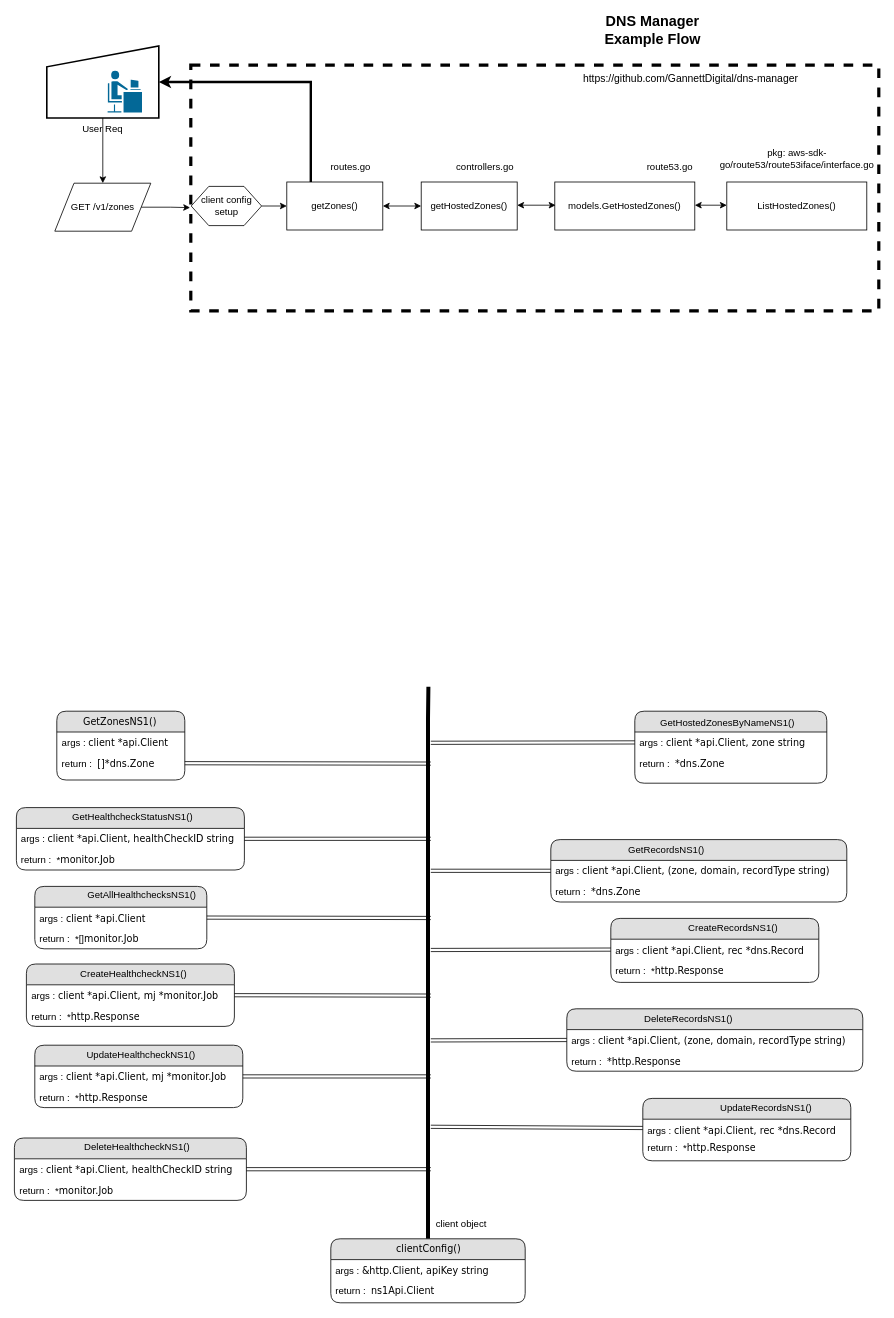
Before: dns-manager.drawio in shreyasgune/NS1-examples, a draw.io diagram. Source tidied: cells renumbered, new cells numbered last; positions are measured from the earlier drawing's top-left corner, leaving out a move shared by most shapes. Both pictures are drawn from the tidied source at 80%, with x=0, y=0 at pixel (14, 22). Pictures stored in the file or linked from it are replaced by grey dashed boxes.
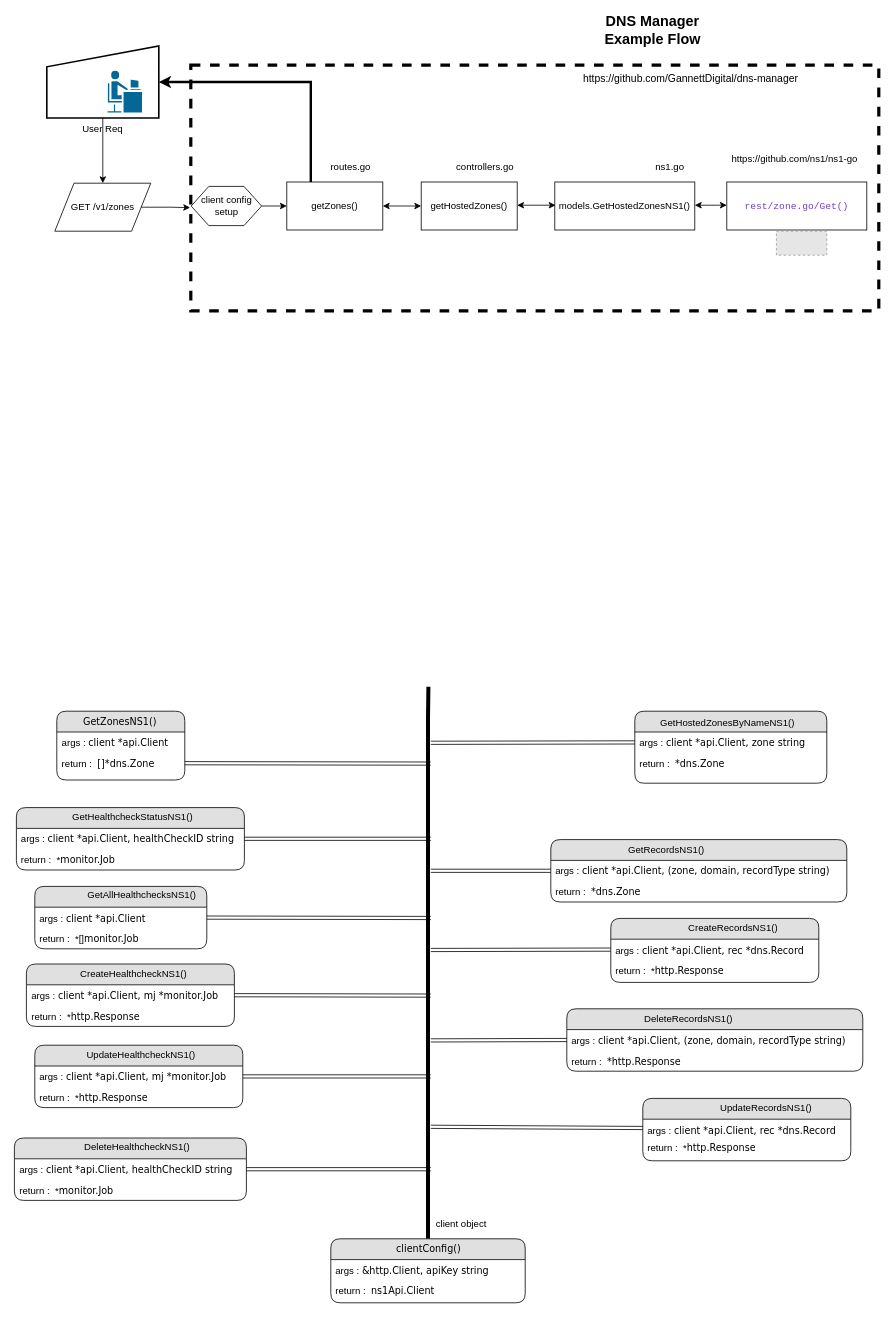
The same page after the edit.

The edit, as a diff of the source:
```diff
@@
-    <mxCell id="74" value="models.GetHostedZones()" style="rounded=0;whiteSpace=wrap;html=1;" parent="1" vertex="1">
+    <mxCell id="74" value="models.GetHostedZonesNS1()" style="rounded=0;whiteSpace=wrap;html=1;" parent="1" vertex="1">
       <mxGeometry x="675" y="199" width="175" height="60" as="geometry" />
     </mxCell>
-    <mxCell id="75" value="route53.go" style="text;html=1;strokeColor=none;fillColor=none;align=center;verticalAlign=middle;whiteSpace=wrap;rounded=0;" parent="1" vertex="1">
+    <mxCell id="75" value="ns1.go" style="text;html=1;strokeColor=none;fillColor=none;align=center;verticalAlign=middle;whiteSpace=wrap;rounded=0;" parent="1" vertex="1">
       <mxGeometry x="799" y="170" width="40" height="20" as="geometry" />
     </mxCell>
-    <mxCell id="76" value="ListHostedZones()" style="rounded=0;whiteSpace=wrap;html=1;" parent="1" vertex="1">
+    <mxCell id="76" value="&lt;div&gt;&lt;font color=&quot;#6f42c1&quot; face=&quot;SFMono-Regular, Consolas, Liberation Mono, Menlo, monospace&quot;&gt;&lt;span style=&quot;white-space: pre ; background-color: rgb(255 , 255 , 255)&quot;&gt;rest/zone.go/Get()&lt;/span&gt;&lt;/font&gt;&lt;/div&gt;" style="rounded=0;whiteSpace=wrap;html=1;" parent="1" vertex="1">
       <mxGeometry x="890" y="199" width="175" height="60" as="geometry" />
     </mxCell>
-    <mxCell id="77" value="pkg: aws-sdk-go/route53/route53iface/interface.go" style="text;html=1;strokeColor=none;fillColor=none;align=center;verticalAlign=middle;whiteSpace=wrap;rounded=0;" parent="1" vertex="1">
-      <mxGeometry x="901" y="150" width="154" height="40" as="geometry" />
+    <mxCell id="77" value="https://github.com/ns1/ns1-go" style="text;html=1;strokeColor=none;fillColor=none;align=center;verticalAlign=middle;whiteSpace=wrap;rounded=0;" parent="1" vertex="1">
+      <mxGeometry x="880" y="150" width="190" height="40" as="geometry" />
     </mxCell>
@@
+    <mxCell id="83" style="fillColor=#E6E6E6;strokeColor=#999999;dashed=1;html=1;verticalLabelPosition=bottom;labelBackgroundColor=#ffffff;verticalAlign=top;" parent="1" vertex="1">
+      <mxGeometry x="952" y="260.5" width="63" height="30" as="geometry" />
+    </mxCell>
```
